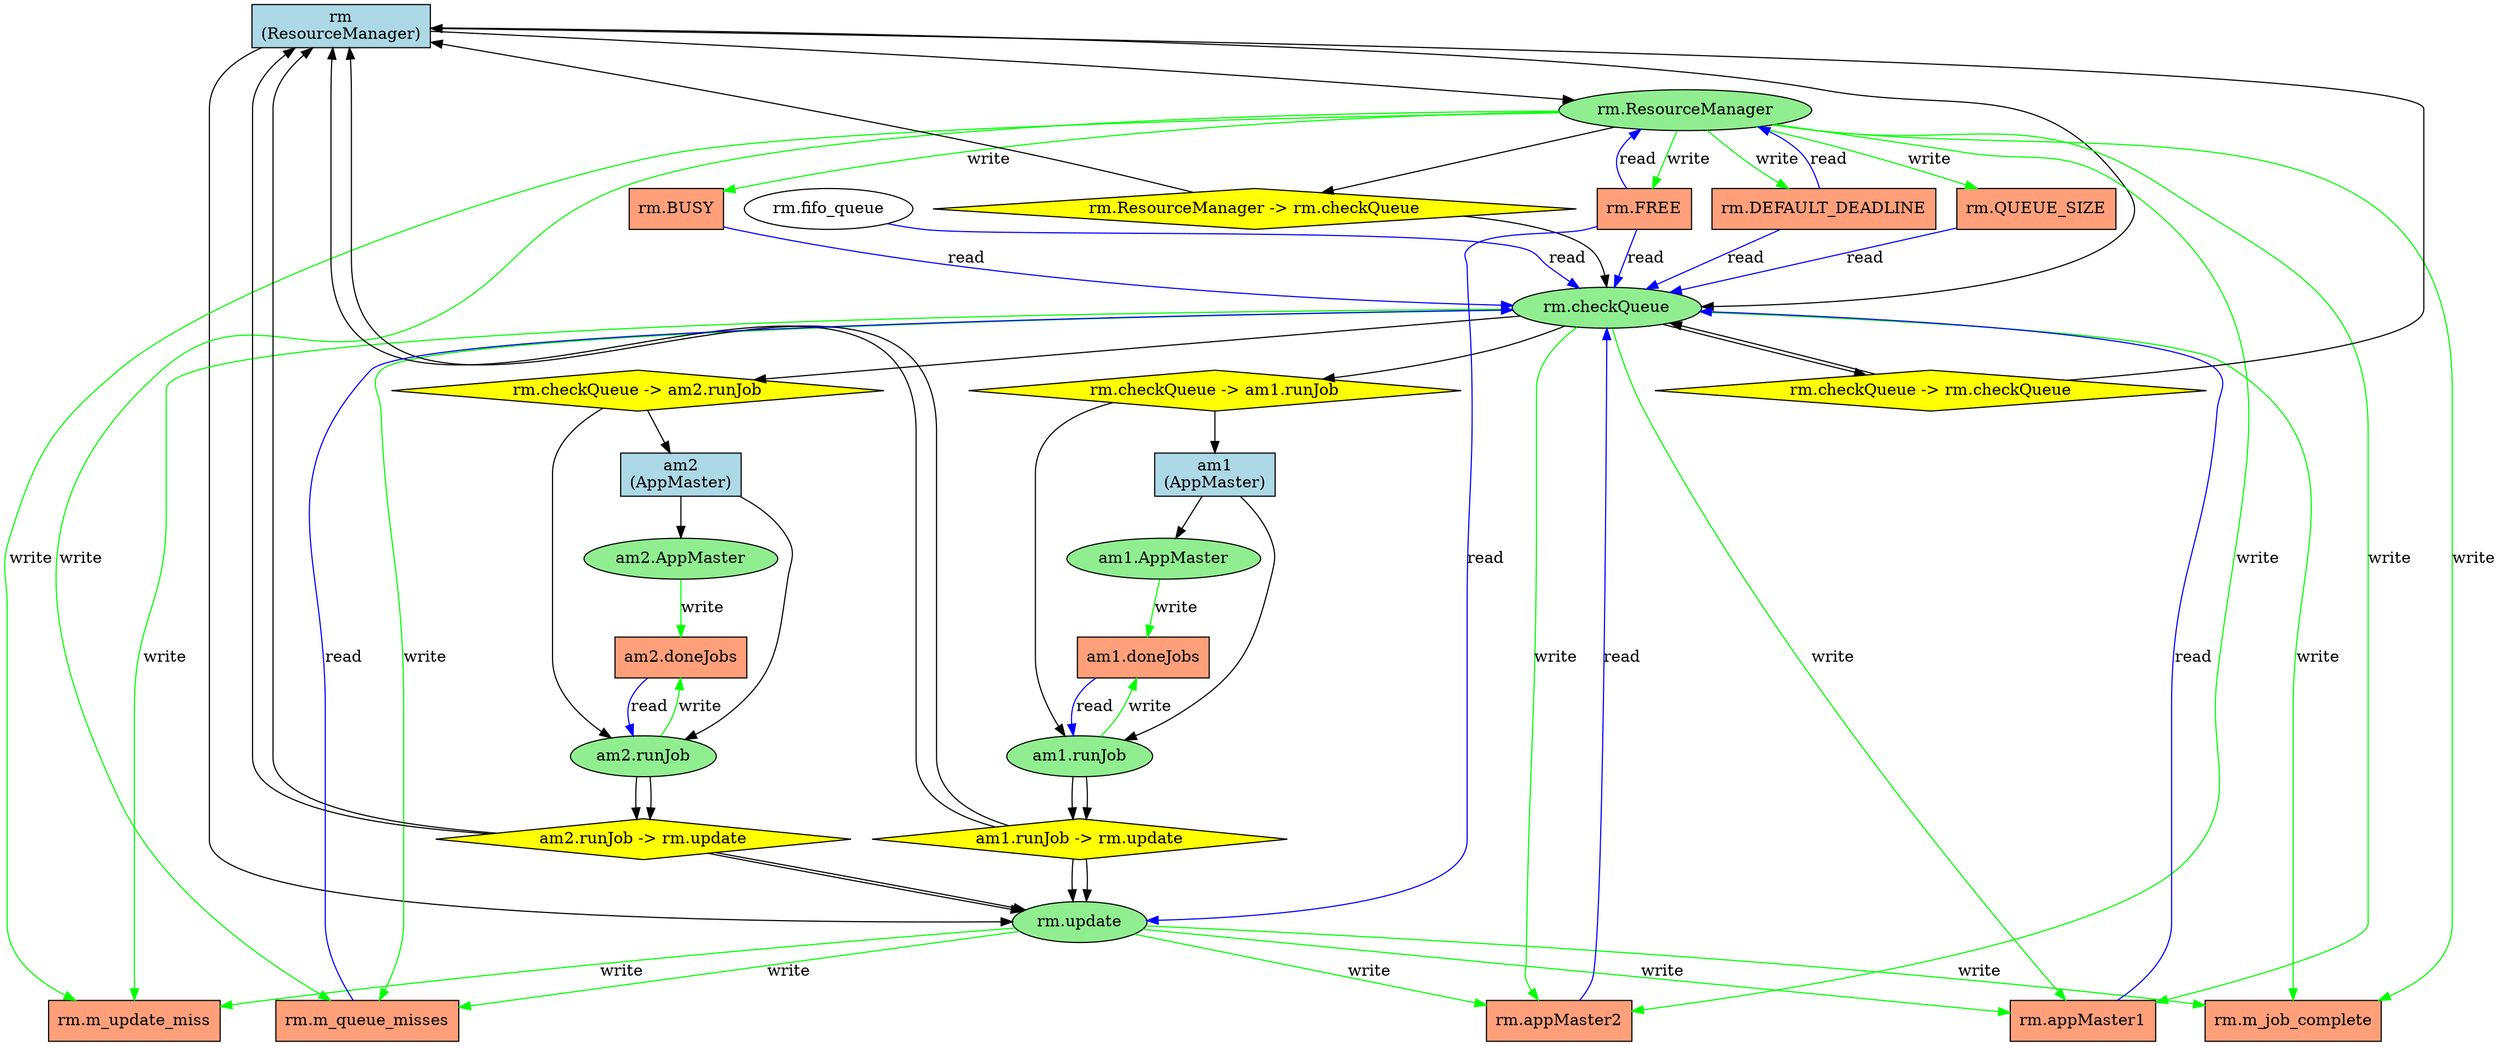
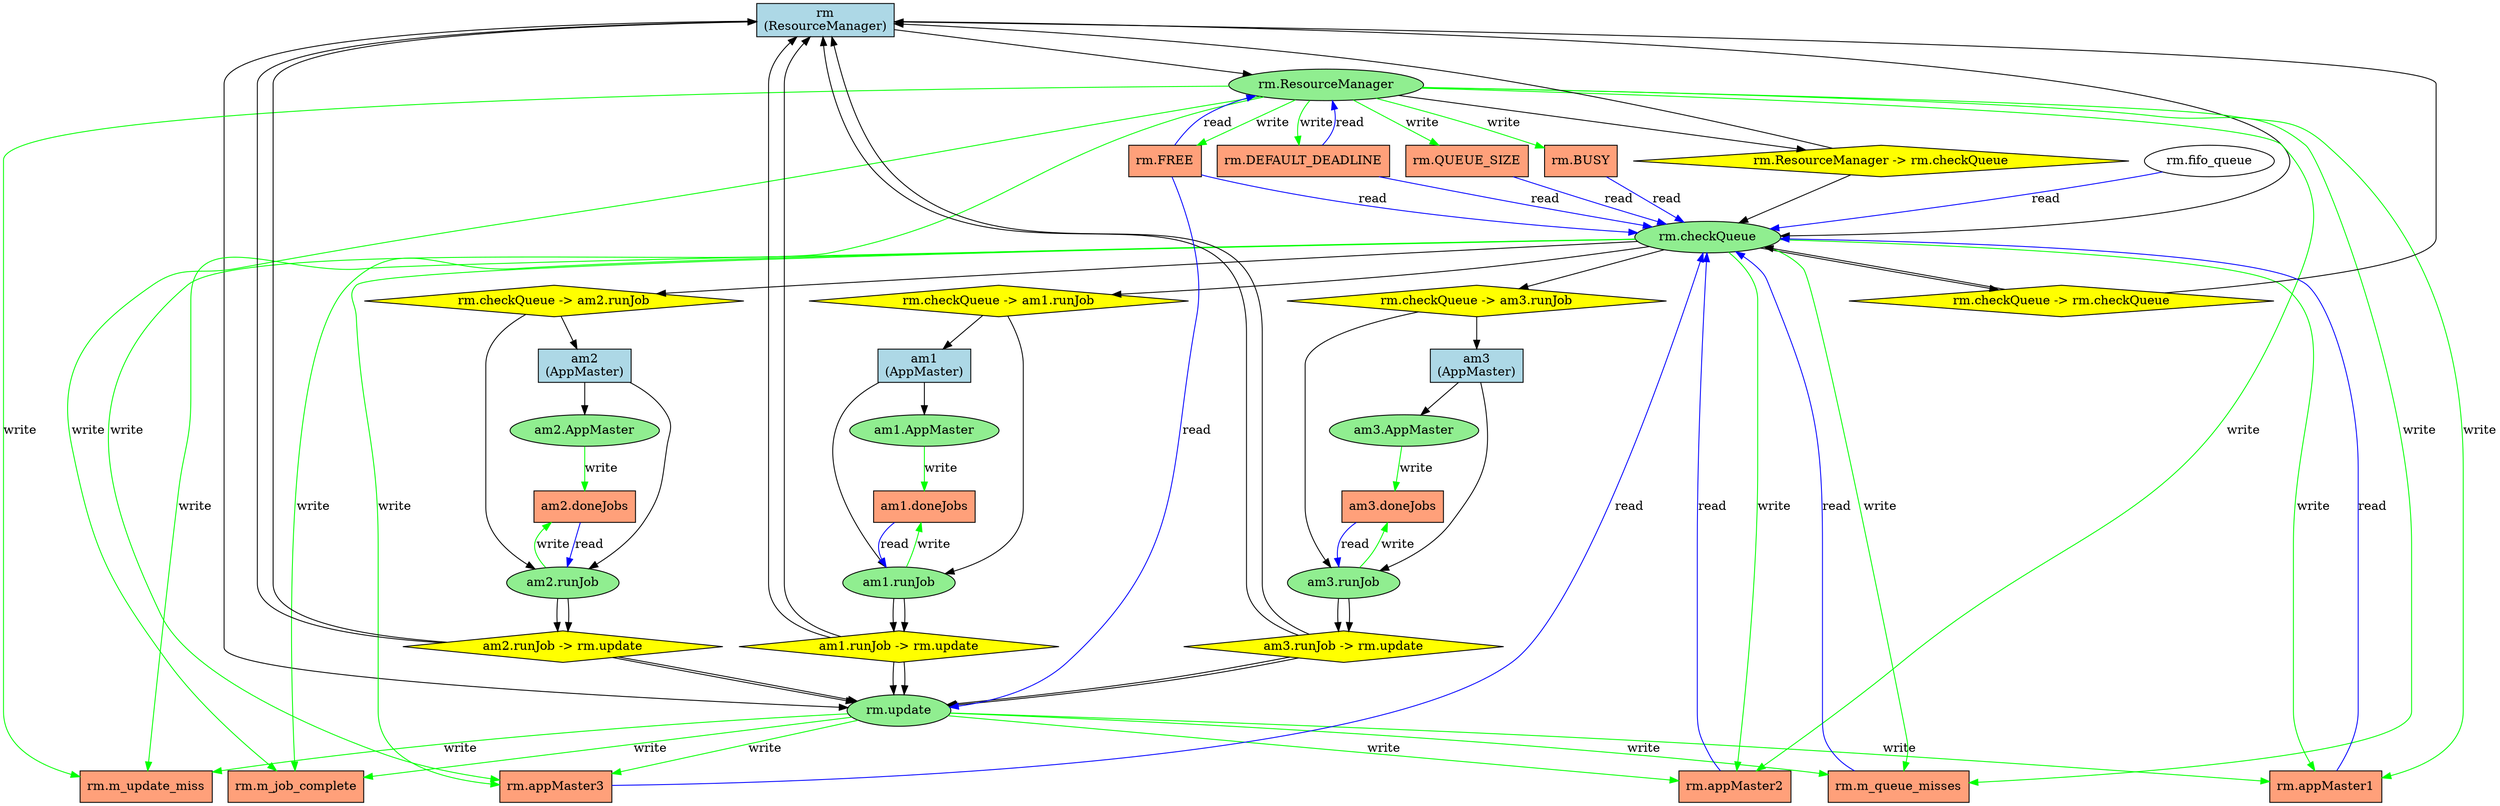
digraph ERDG {
  rankdir=TB;
  "rm" [shape=box, style=filled, fillcolor=lightblue, label="rm\n(ResourceManager)"];
  "am1" [shape=box, style=filled, fillcolor=lightblue, label="am1\n(AppMaster)"];
  "am2" [shape=box, style=filled, fillcolor=lightblue, label="am2\n(AppMaster)"];
+   "am3" [shape=box, style=filled, fillcolor=lightblue, label="am3\n(AppMaster)"];
  "rm.ResourceManager" [shape=ellipse, style=filled, fillcolor="#90EE90"];
  "rm" -> "rm.ResourceManager";
  "rm.update" [shape=ellipse, style=filled, fillcolor="#90EE90"];
  "rm" -> "rm.update";
  "rm.checkQueue" [shape=ellipse, style=filled, fillcolor="#90EE90"];
  "rm" -> "rm.checkQueue";
  "am1.AppMaster" [shape=ellipse, style=filled, fillcolor="#90EE90"];
  "am1" -> "am1.AppMaster";
  "am1.runJob" [shape=ellipse, style=filled, fillcolor="#90EE90"];
  "am1" -> "am1.runJob";
  "am2.AppMaster" [shape=ellipse, style=filled, fillcolor="#90EE90"];
  "am2" -> "am2.AppMaster";
  "am2.runJob" [shape=ellipse, style=filled, fillcolor="#90EE90"];
  "am2" -> "am2.runJob";
+   "am3.AppMaster" [shape=ellipse, style=filled, fillcolor="#90EE90"];
+   "am3" -> "am3.AppMaster";
+   "am3.runJob" [shape=ellipse, style=filled, fillcolor="#90EE90"];
+   "am3" -> "am3.runJob";
  "rm.ResourceManager -> rm.checkQueue" [shape=diamond, style=filled, fillcolor=yellow];
  "rm.ResourceManager" -> "rm.ResourceManager -> rm.checkQueue";
  "rm.ResourceManager -> rm.checkQueue" -> "rm";
  "rm.ResourceManager -> rm.checkQueue" -> "rm.checkQueue";
  "rm.checkQueue -> am1.runJob" [shape=diamond, style=filled, fillcolor=yellow];
  "rm.checkQueue" -> "rm.checkQueue -> am1.runJob";
  "rm.checkQueue -> am1.runJob" -> "am1";
  "rm.checkQueue -> am1.runJob" -> "am1.runJob";
  "rm.checkQueue -> am2.runJob" [shape=diamond, style=filled, fillcolor=yellow];
  "rm.checkQueue" -> "rm.checkQueue -> am2.runJob";
  "rm.checkQueue -> am2.runJob" -> "am2";
  "rm.checkQueue -> am2.runJob" -> "am2.runJob";
+   "rm.checkQueue -> am3.runJob" [shape=diamond, style=filled, fillcolor=yellow];
+   "rm.checkQueue" -> "rm.checkQueue -> am3.runJob";
+   "rm.checkQueue -> am3.runJob" -> "am3";
+   "rm.checkQueue -> am3.runJob" -> "am3.runJob";
  "rm.checkQueue -> rm.checkQueue" [shape=diamond, style=filled, fillcolor=yellow];
  "rm.checkQueue" -> "rm.checkQueue -> rm.checkQueue";
  "rm.checkQueue -> rm.checkQueue" -> "rm";
  "rm.checkQueue -> rm.checkQueue" -> "rm.checkQueue";
  "am1.runJob -> rm.update" [shape=diamond, style=filled, fillcolor=yellow];
  "am1.runJob" -> "am1.runJob -> rm.update";
  "am1.runJob -> rm.update" -> "rm";
  "am1.runJob -> rm.update" -> "rm.update";
  "am1.runJob -> rm.update" [shape=diamond, style=filled, fillcolor=yellow];
  "am1.runJob" -> "am1.runJob -> rm.update";
  "am1.runJob -> rm.update" -> "rm";
  "am1.runJob -> rm.update" -> "rm.update";
  "am2.runJob -> rm.update" [shape=diamond, style=filled, fillcolor=yellow];
  "am2.runJob" -> "am2.runJob -> rm.update";
  "am2.runJob -> rm.update" -> "rm";
  "am2.runJob -> rm.update" -> "rm.update";
  "am2.runJob -> rm.update" [shape=diamond, style=filled, fillcolor=yellow];
  "am2.runJob" -> "am2.runJob -> rm.update";
  "am2.runJob -> rm.update" -> "rm";
  "am2.runJob -> rm.update" -> "rm.update";
-   "rm.m_update_miss" [shape=box, style=filled, fillcolor="#FFA07A"];
-   "rm.ResourceManager" -> "rm.m_update_miss" [color=green, label="write"];
-   "rm.BUSY" [shape=box, style=filled, fillcolor="#FFA07A"];
-   "rm.ResourceManager" -> "rm.BUSY" [color=green, label="write"];
+   "am3.runJob -> rm.update" [shape=diamond, style=filled, fillcolor=yellow];
+   "am3.runJob" -> "am3.runJob -> rm.update";
+   "am3.runJob -> rm.update" -> "rm";
+   "am3.runJob -> rm.update" -> "rm.update";
+   "am3.runJob -> rm.update" [shape=diamond, style=filled, fillcolor=yellow];
+   "am3.runJob" -> "am3.runJob -> rm.update";
+   "am3.runJob -> rm.update" -> "rm";
+   "am3.runJob -> rm.update" -> "rm.update";
+   "rm.m_queue_misses" [shape=box, style=filled, fillcolor="#FFA07A"];
+   "rm.ResourceManager" -> "rm.m_queue_misses" [color=green, label="write"];
+   "rm.QUEUE_SIZE" [shape=box, style=filled, fillcolor="#FFA07A"];
+   "rm.ResourceManager" -> "rm.QUEUE_SIZE" [color=green, label="write"];
+   "rm.DEFAULT_DEADLINE" [shape=box, style=filled, fillcolor="#FFA07A"];
+   "rm.ResourceManager" -> "rm.DEFAULT_DEADLINE" [color=green, label="write"];
  "rm.FREE" [shape=box, style=filled, fillcolor="#FFA07A"];
  "rm.ResourceManager" -> "rm.FREE" [color=green, label="write"];
  "rm.m_job_complete" [shape=box, style=filled, fillcolor="#FFA07A"];
  "rm.ResourceManager" -> "rm.m_job_complete" [color=green, label="write"];
-   "rm.DEFAULT_DEADLINE" [shape=box, style=filled, fillcolor="#FFA07A"];
-   "rm.ResourceManager" -> "rm.DEFAULT_DEADLINE" [color=green, label="write"];
+   "rm.appMaster3" [shape=box, style=filled, fillcolor="#FFA07A"];
+   "rm.ResourceManager" -> "rm.appMaster3" [color=green, label="write"];
  "rm.appMaster2" [shape=box, style=filled, fillcolor="#FFA07A"];
  "rm.ResourceManager" -> "rm.appMaster2" [color=green, label="write"];
  "rm.appMaster1" [shape=box, style=filled, fillcolor="#FFA07A"];
  "rm.ResourceManager" -> "rm.appMaster1" [color=green, label="write"];
-   "rm.QUEUE_SIZE" [shape=box, style=filled, fillcolor="#FFA07A"];
-   "rm.ResourceManager" -> "rm.QUEUE_SIZE" [color=green, label="write"];
+   "rm.BUSY" [shape=box, style=filled, fillcolor="#FFA07A"];
+   "rm.ResourceManager" -> "rm.BUSY" [color=green, label="write"];
+   "rm.m_update_miss" [shape=box, style=filled, fillcolor="#FFA07A"];
+   "rm.ResourceManager" -> "rm.m_update_miss" [color=green, label="write"];
  "rm.m_queue_misses" [shape=box, style=filled, fillcolor="#FFA07A"];
-   "rm.ResourceManager" -> "rm.m_queue_misses" [color=green, label="write"];
-   "rm.m_update_miss" [shape=box, style=filled, fillcolor="#FFA07A"];
-   "rm.update" -> "rm.m_update_miss" [color=green, label="write"];
+   "rm.update" -> "rm.m_queue_misses" [color=green, label="write"];
  "rm.m_job_complete" [shape=box, style=filled, fillcolor="#FFA07A"];
  "rm.update" -> "rm.m_job_complete" [color=green, label="write"];
-   "rm.m_queue_misses" [shape=box, style=filled, fillcolor="#FFA07A"];
-   "rm.update" -> "rm.m_queue_misses" [color=green, label="write"];
+   "rm.appMaster3" [shape=box, style=filled, fillcolor="#FFA07A"];
+   "rm.update" -> "rm.appMaster3" [color=green, label="write"];
  "rm.appMaster2" [shape=box, style=filled, fillcolor="#FFA07A"];
  "rm.update" -> "rm.appMaster2" [color=green, label="write"];
  "rm.appMaster1" [shape=box, style=filled, fillcolor="#FFA07A"];
  "rm.update" -> "rm.appMaster1" [color=green, label="write"];
  "rm.m_update_miss" [shape=box, style=filled, fillcolor="#FFA07A"];
-   "rm.checkQueue" -> "rm.m_update_miss" [color=green, label="write"];
+   "rm.update" -> "rm.m_update_miss" [color=green, label="write"];
+   "rm.m_queue_misses" [shape=box, style=filled, fillcolor="#FFA07A"];
+   "rm.checkQueue" -> "rm.m_queue_misses" [color=green, label="write"];
  "rm.m_job_complete" [shape=box, style=filled, fillcolor="#FFA07A"];
  "rm.checkQueue" -> "rm.m_job_complete" [color=green, label="write"];
-   "rm.m_queue_misses" [shape=box, style=filled, fillcolor="#FFA07A"];
-   "rm.checkQueue" -> "rm.m_queue_misses" [color=green, label="write"];
+   "rm.appMaster3" [shape=box, style=filled, fillcolor="#FFA07A"];
+   "rm.checkQueue" -> "rm.appMaster3" [color=green, label="write"];
  "rm.appMaster2" [shape=box, style=filled, fillcolor="#FFA07A"];
  "rm.checkQueue" -> "rm.appMaster2" [color=green, label="write"];
  "rm.appMaster1" [shape=box, style=filled, fillcolor="#FFA07A"];
  "rm.checkQueue" -> "rm.appMaster1" [color=green, label="write"];
+   "rm.m_update_miss" [shape=box, style=filled, fillcolor="#FFA07A"];
+   "rm.checkQueue" -> "rm.m_update_miss" [color=green, label="write"];
  "am1.doneJobs" [shape=box, style=filled, fillcolor="#FFA07A"];
  "am1.AppMaster" -> "am1.doneJobs" [color=green, label="write"];
  "am1.doneJobs" [shape=box, style=filled, fillcolor="#FFA07A"];
  "am1.runJob" -> "am1.doneJobs" [color=green, label="write"];
  "am2.doneJobs" [shape=box, style=filled, fillcolor="#FFA07A"];
  "am2.AppMaster" -> "am2.doneJobs" [color=green, label="write"];
  "am2.doneJobs" [shape=box, style=filled, fillcolor="#FFA07A"];
  "am2.runJob" -> "am2.doneJobs" [color=green, label="write"];
+   "am3.doneJobs" [shape=box, style=filled, fillcolor="#FFA07A"];
+   "am3.AppMaster" -> "am3.doneJobs" [color=green, label="write"];
+   "am3.doneJobs" [shape=box, style=filled, fillcolor="#FFA07A"];
+   "am3.runJob" -> "am3.doneJobs" [color=green, label="write"];
  "rm.DEFAULT_DEADLINE" -> "rm.ResourceManager" [color=blue, label="read"];
  "rm.FREE" -> "rm.ResourceManager" [color=blue, label="read"];
  "rm.FREE" -> "rm.update" [color=blue, label="read"];
  "rm.FREE" -> "rm.checkQueue" [color=blue, label="read"];
+   "rm.appMaster3" -> "rm.checkQueue" [color=blue, label="read"];
+   "rm.DEFAULT_DEADLINE" -> "rm.checkQueue" [color=blue, label="read"];
+   "rm.appMaster2" -> "rm.checkQueue" [color=blue, label="read"];
+   "rm.appMaster1" -> "rm.checkQueue" [color=blue, label="read"];
+   "rm.QUEUE_SIZE" -> "rm.checkQueue" [color=blue, label="read"];
+   "rm.fifo_queue" -> "rm.checkQueue" [color=blue, label="read"];
  "rm.m_queue_misses" -> "rm.checkQueue" [color=blue, label="read"];
  "rm.BUSY" -> "rm.checkQueue" [color=blue, label="read"];
-   "rm.DEFAULT_DEADLINE" -> "rm.checkQueue" [color=blue, label="read"];
-   "rm.appMaster2" -> "rm.checkQueue" [color=blue, label="read"];
-   "rm.QUEUE_SIZE" -> "rm.checkQueue" [color=blue, label="read"];
-   "rm.appMaster1" -> "rm.checkQueue" [color=blue, label="read"];
-   "rm.fifo_queue" -> "rm.checkQueue" [color=blue, label="read"];
  "am1.doneJobs" -> "am1.runJob" [color=blue, label="read"];
  "am2.doneJobs" -> "am2.runJob" [color=blue, label="read"];
+   "am3.doneJobs" -> "am3.runJob" [color=blue, label="read"];
}
